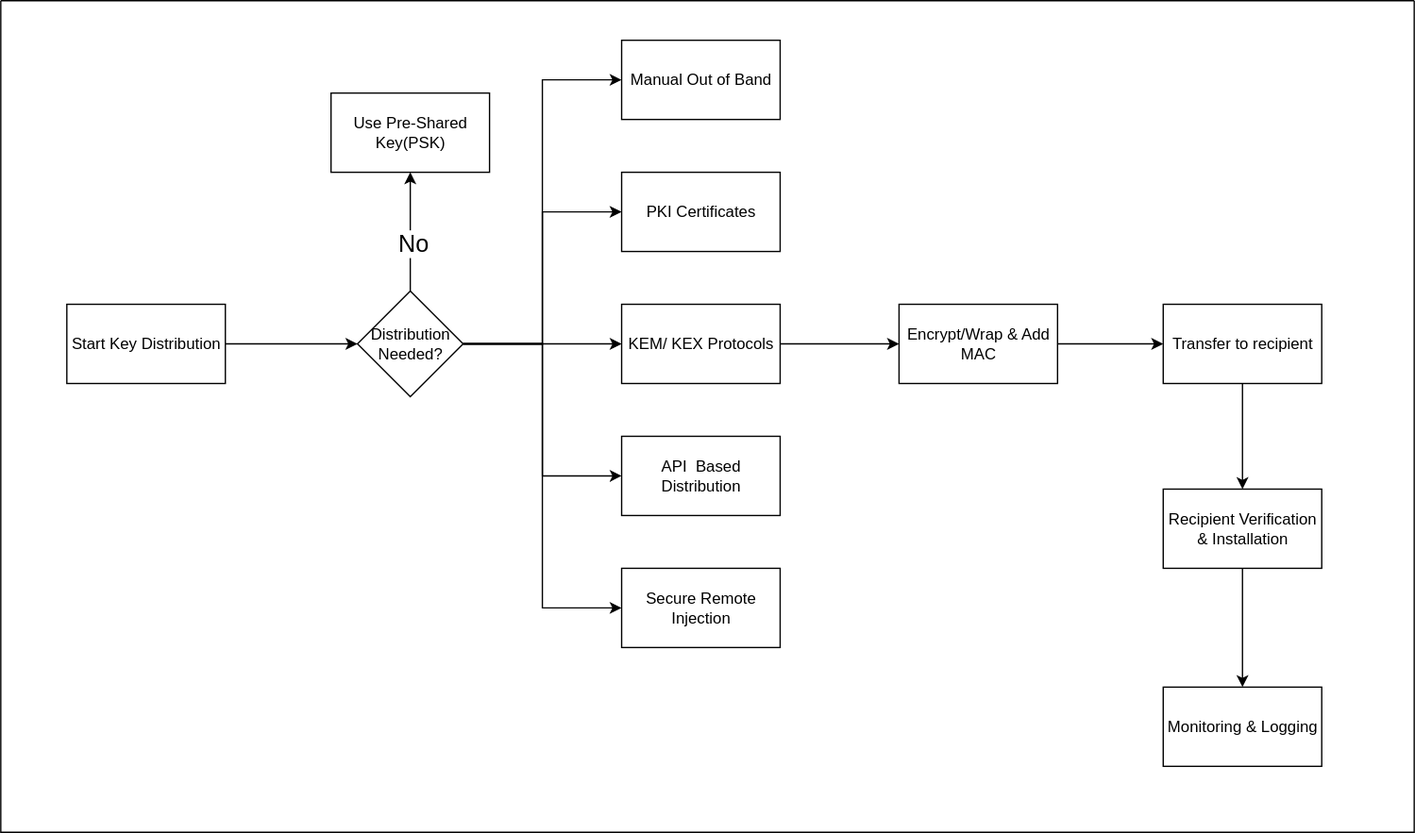
uv-goswami/Cryptography keeps this draw.io diagram as Diagrams/KeyDistribution.drawio.svg. Above is the earlier version. Source tidied: cells renumbered, new cells last; positions are measured from the earlier drawing's top-left corner, leaving out a move shared by most shapes. Its diagram source:
```xml
<mxGraphModel>
  <root>
    <mxCell id="0" />
    <mxCell id="1" parent="0" />
    <mxCell id="2" style="edgeStyle=orthogonalEdgeStyle;rounded=0;jettySize=auto;html=1;" parent="1" edge="1" source="3" target="11">
      <mxGeometry relative="1" as="geometry" />
    </mxCell>
    <mxCell id="3" value="Start Key Distribution" style="rounded=0;whiteSpace=wrap;html=1;" parent="1" vertex="1">
      <mxGeometry x="50" y="230" width="120" height="60" as="geometry" />
    </mxCell>
    <mxCell id="4" style="edgeStyle=orthogonalEdgeStyle;rounded=0;jettySize=auto;html=1;" parent="1" edge="1" source="11" target="12">
      <mxGeometry relative="1" as="geometry" />
    </mxCell>
    <mxCell id="5" value="&lt;font style=&quot;font-size: 18px;&quot;&gt;No&lt;/font&gt;" style="edgeLabel;html=1;align=center;verticalAlign=middle;" parent="4" vertex="1">
      <mxGeometry x="-0.18" y="-1" relative="1" as="geometry" />
    </mxCell>
    <mxCell id="6" style="edgeStyle=orthogonalEdgeStyle;rounded=0;jettySize=auto;html=1;" parent="1" edge="1" source="11" target="14">
      <mxGeometry relative="1" as="geometry" />
    </mxCell>
    <mxCell id="7" style="edgeStyle=orthogonalEdgeStyle;rounded=0;jettySize=auto;html=1;entryX=0;entryY=0.5;entryDx=0;entryDy=0;" parent="1" edge="1" source="11" target="16">
      <mxGeometry relative="1" as="geometry" />
    </mxCell>
    <mxCell id="8" style="edgeStyle=orthogonalEdgeStyle;rounded=0;jettySize=auto;html=1;entryX=0;entryY=0.5;entryDx=0;entryDy=0;" parent="1" edge="1" source="11" target="15">
      <mxGeometry relative="1" as="geometry" />
    </mxCell>
    <mxCell id="9" style="edgeStyle=orthogonalEdgeStyle;rounded=0;jettySize=auto;html=1;entryX=0;entryY=0.5;entryDx=0;entryDy=0;" parent="1" edge="1" source="11" target="18">
      <mxGeometry relative="1" as="geometry" />
    </mxCell>
    <mxCell id="10" style="edgeStyle=orthogonalEdgeStyle;rounded=0;jettySize=auto;html=1;entryX=0;entryY=0.5;entryDx=0;entryDy=0;" parent="1" edge="1" source="11" target="17">
      <mxGeometry relative="1" as="geometry" />
    </mxCell>
    <mxCell id="11" value="Distribution Needed?" style="rhombus;whiteSpace=wrap;html=1;rounded=0;" parent="1" vertex="1">
      <mxGeometry x="270" y="220" width="80" height="80" as="geometry" />
    </mxCell>
    <mxCell id="12" value="Use Pre-Shared Key(PSK)" style="whiteSpace=wrap;html=1;rounded=0;" parent="1" vertex="1">
      <mxGeometry x="250" y="70" width="120" height="60" as="geometry" />
    </mxCell>
    <mxCell id="13" style="edgeStyle=orthogonalEdgeStyle;rounded=0;jettySize=auto;html=1;" parent="1" edge="1" source="14" target="20">
      <mxGeometry relative="1" as="geometry" />
    </mxCell>
    <mxCell id="14" value="KEM/ KEX Protocols" style="whiteSpace=wrap;html=1;rounded=0;" parent="1" vertex="1">
      <mxGeometry x="470" y="230" width="120" height="60" as="geometry" />
    </mxCell>
    <mxCell id="15" value="PKI Certificates" style="rounded=0;whiteSpace=wrap;html=1;" parent="1" vertex="1">
      <mxGeometry x="470" y="130" width="120" height="60" as="geometry" />
    </mxCell>
    <mxCell id="16" value="Manual Out of Band" style="rounded=0;whiteSpace=wrap;html=1;" parent="1" vertex="1">
      <mxGeometry x="470" y="30" width="120" height="60" as="geometry" />
    </mxCell>
    <mxCell id="17" value="Secure Remote Injection" style="rounded=0;whiteSpace=wrap;html=1;" parent="1" vertex="1">
      <mxGeometry x="470" y="430" width="120" height="60" as="geometry" />
    </mxCell>
    <mxCell id="18" value="API&amp;nbsp; Based Distribution" style="rounded=0;whiteSpace=wrap;html=1;" parent="1" vertex="1">
      <mxGeometry x="470" y="330" width="120" height="60" as="geometry" />
    </mxCell>
    <mxCell id="19" style="edgeStyle=orthogonalEdgeStyle;rounded=0;jettySize=auto;html=1;" parent="1" edge="1" source="20" target="22">
      <mxGeometry relative="1" as="geometry" />
    </mxCell>
    <mxCell id="20" value="Encrypt/Wrap &amp;amp; Add MAC" style="rounded=0;whiteSpace=wrap;html=1;" parent="1" vertex="1">
      <mxGeometry x="680" y="230" width="120" height="60" as="geometry" />
    </mxCell>
    <mxCell id="21" style="edgeStyle=orthogonalEdgeStyle;rounded=0;jettySize=auto;html=1;" parent="1" edge="1" source="22" target="24">
      <mxGeometry relative="1" as="geometry" />
    </mxCell>
    <mxCell id="22" value="Transfer to recipient" style="rounded=0;whiteSpace=wrap;html=1;" parent="1" vertex="1">
      <mxGeometry x="880" y="230" width="120" height="60" as="geometry" />
    </mxCell>
    <mxCell id="23" style="edgeStyle=orthogonalEdgeStyle;rounded=0;jettySize=auto;html=1;entryX=0.5;entryY=0;entryDx=0;entryDy=0;" parent="1" edge="1" source="24" target="25">
      <mxGeometry relative="1" as="geometry" />
    </mxCell>
    <mxCell id="24" value="Recipient Verification &amp;amp; Installation" style="rounded=0;whiteSpace=wrap;html=1;" parent="1" vertex="1">
      <mxGeometry x="880" y="370" width="120" height="60" as="geometry" />
    </mxCell>
    <mxCell id="25" value="Monitoring &amp;amp; Logging" style="rounded=0;whiteSpace=wrap;html=1;" parent="1" vertex="1">
      <mxGeometry x="880" y="520" width="120" height="60" as="geometry" />
    </mxCell>
    <mxCell id="26" style="swimlane;startSize=0;" parent="1" vertex="1">
      <mxGeometry width="1070" height="630" as="geometry" />
    </mxCell>
  </root>
</mxGraphModel>
```
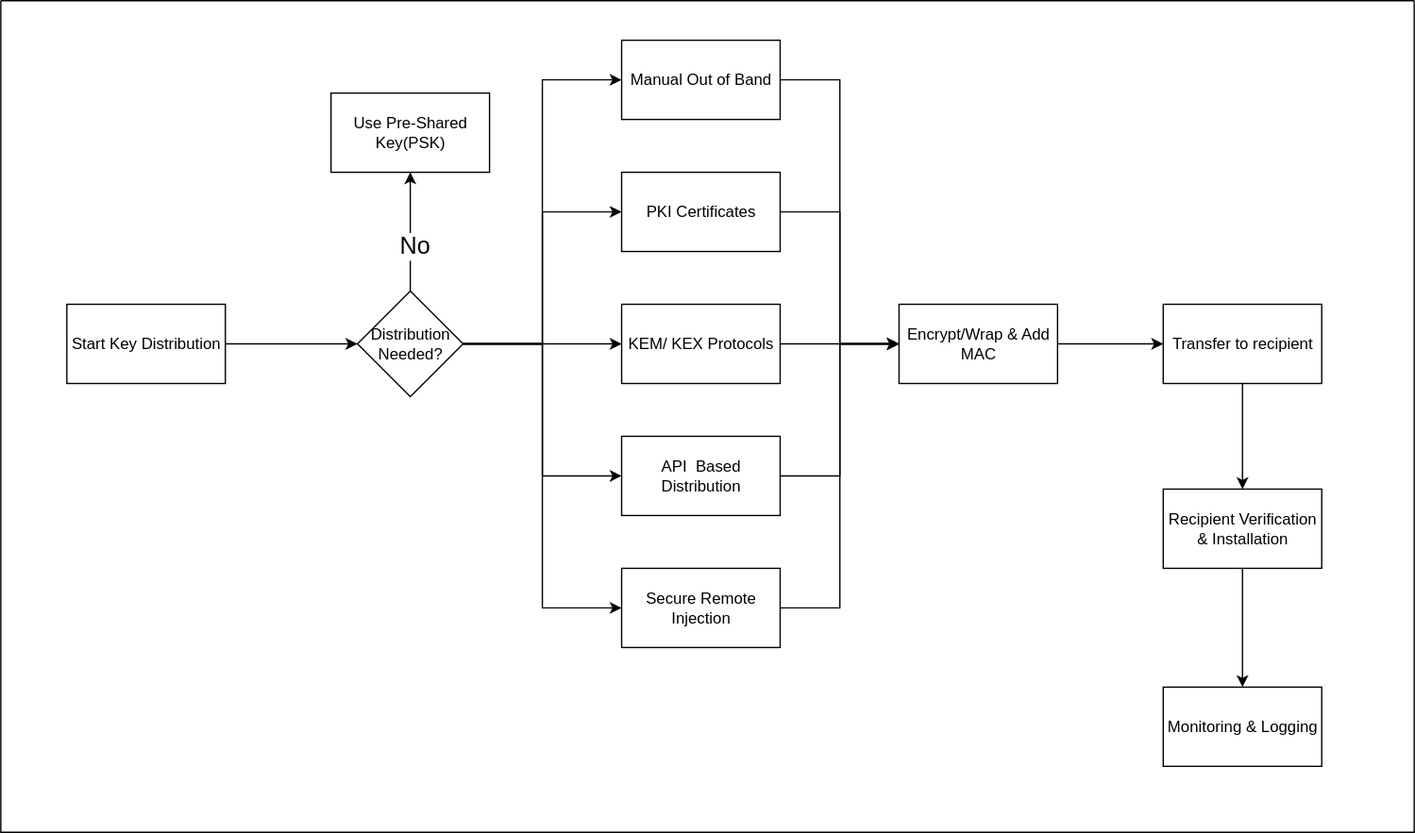
After the change.

The edit, as a diff of the source:
```diff
@@ -41,15 +41,27 @@
     <mxCell id="14" value="KEM/ KEX Protocols" style="whiteSpace=wrap;html=1;rounded=0;" parent="1" vertex="1">
       <mxGeometry x="470" y="230" width="120" height="60" as="geometry" />
     </mxCell>
+    <mxCell id="27" style="edgeStyle=orthogonalEdgeStyle;rounded=0;jettySize=auto;html=1;entryX=0;entryY=0.5;entryDx=0;entryDy=0;" parent="1" edge="1" source="15" target="20">
+      <mxGeometry relative="1" as="geometry" />
+    </mxCell>
     <mxCell id="15" value="PKI Certificates" style="rounded=0;whiteSpace=wrap;html=1;" parent="1" vertex="1">
       <mxGeometry x="470" y="130" width="120" height="60" as="geometry" />
     </mxCell>
+    <mxCell id="28" style="edgeStyle=orthogonalEdgeStyle;rounded=0;jettySize=auto;html=1;entryX=0;entryY=0.5;entryDx=0;entryDy=0;" parent="1" edge="1" source="16" target="20">
+      <mxGeometry relative="1" as="geometry" />
+    </mxCell>
     <mxCell id="16" value="Manual Out of Band" style="rounded=0;whiteSpace=wrap;html=1;" parent="1" vertex="1">
       <mxGeometry x="470" y="30" width="120" height="60" as="geometry" />
     </mxCell>
+    <mxCell id="29" style="edgeStyle=orthogonalEdgeStyle;rounded=0;jettySize=auto;html=1;entryX=0;entryY=0.5;entryDx=0;entryDy=0;" parent="1" edge="1" source="17" target="20">
+      <mxGeometry relative="1" as="geometry" />
+    </mxCell>
     <mxCell id="17" value="Secure Remote Injection" style="rounded=0;whiteSpace=wrap;html=1;" parent="1" vertex="1">
       <mxGeometry x="470" y="430" width="120" height="60" as="geometry" />
     </mxCell>
+    <mxCell id="30" style="edgeStyle=orthogonalEdgeStyle;rounded=0;jettySize=auto;html=1;entryX=0;entryY=0.5;entryDx=0;entryDy=0;" parent="1" edge="1" source="18" target="20">
+      <mxGeometry relative="1" as="geometry" />
+    </mxCell>
     <mxCell id="18" value="API&amp;nbsp; Based Distribution" style="rounded=0;whiteSpace=wrap;html=1;" parent="1" vertex="1">
       <mxGeometry x="470" y="330" width="120" height="60" as="geometry" />
     </mxCell>
```
